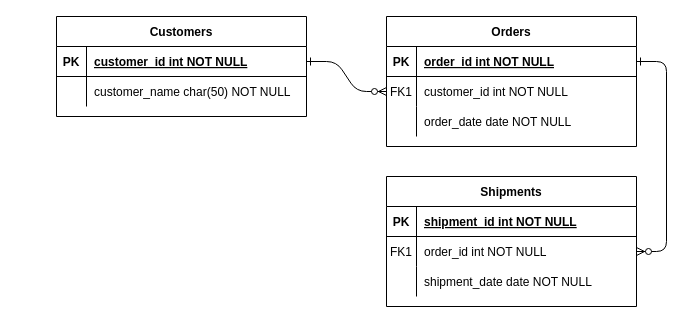
Before: Untitled Diagram.drawio in DataeEngineerStudent/Data-Engineering-Project-I, a draw.io diagram. Source tidied: cells renumbered, new cells numbered last; positions are measured from the earlier drawing's top-left corner, leaving out a move shared by most shapes. Both pictures are drawn from the tidied source at 100%, with x=0, y=0 at pixel (56, 16).
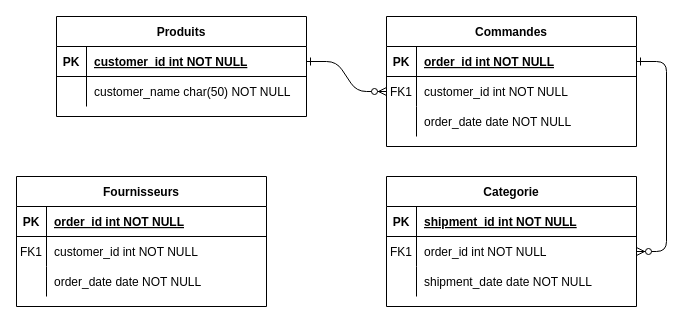
After the change.

What changed in the source:
```diff
@@
-    <mxCell id="4" value="Orders" style="shape=table;startSize=30;childLayout=tableLayout;rowLines=0;fontStyle=1;align=center;" parent="1" vertex="1">
+    <mxCell id="4" value="Commandes" style="shape=table;startSize=30;childLayout=tableLayout;rowLines=0;fontStyle=1;align=center;" parent="1" vertex="1">
       <mxGeometry x="330" width="250" height="130" as="geometry" />
     </mxCell>
@@
-    <mxCell id="14" value="Shipments" style="shape=table;startSize=30;childLayout=tableLayout;rowLines=0;fontStyle=1;align=center;" parent="1" vertex="1">
+    <mxCell id="14" value="Categorie" style="shape=table;startSize=30;childLayout=tableLayout;rowLines=0;fontStyle=1;align=center;" parent="1" vertex="1">
       <mxGeometry x="330" y="160" width="250" height="130" as="geometry" />
     </mxCell>
@@
-    <mxCell id="24" value="Customers" style="shape=table;startSize=30;childLayout=tableLayout;rowLines=0;fontStyle=1;align=center;" parent="1" vertex="1">
+    <mxCell id="24" value="Produits" style="shape=table;startSize=30;childLayout=tableLayout;rowLines=0;fontStyle=1;align=center;" parent="1" vertex="1">
       <mxGeometry width="250" height="100" as="geometry" />
     </mxCell>
@@
+    <mxCell id="31" value="Fournisseurs" style="shape=table;startSize=30;childLayout=tableLayout;rowLines=0;fontStyle=1;align=center;" parent="1" vertex="1">
+      <mxGeometry x="-40" y="160" width="250" height="130" as="geometry" />
+    </mxCell>
+    <mxCell id="32" style="shape=partialRectangle;fillColor=none;top=0;left=0;right=0;bottom=1;" parent="31" vertex="1">
+      <mxGeometry y="30" width="250" height="30" as="geometry" />
+    </mxCell>
+    <mxCell id="33" value="PK" style="shape=partialRectangle;overflow=hidden;fillColor=none;top=0;left=0;bottom=0;right=0;fontStyle=1;" parent="32" vertex="1">
+      <mxGeometry width="30" height="30" as="geometry" />
+    </mxCell>
+    <mxCell id="34" value="order_id int NOT NULL " style="shape=partialRectangle;overflow=hidden;fillColor=none;top=0;left=0;bottom=0;right=0;align=left;spacingLeft=6;fontStyle=5;" parent="32" vertex="1">
+      <mxGeometry x="30" width="220" height="30" as="geometry" />
+    </mxCell>
+    <mxCell id="35" style="shape=partialRectangle;fillColor=none;top=0;left=0;right=0;bottom=0;" parent="31" vertex="1">
+      <mxGeometry y="60" width="250" height="30" as="geometry" />
+    </mxCell>
+    <mxCell id="36" value="FK1" style="shape=partialRectangle;overflow=hidden;fillColor=none;top=0;left=0;bottom=0;right=0;" parent="35" vertex="1">
+      <mxGeometry width="30" height="30" as="geometry" />
+    </mxCell>
+    <mxCell id="37" value="customer_id int NOT NULL" style="shape=partialRectangle;overflow=hidden;fillColor=none;top=0;left=0;bottom=0;right=0;align=left;spacingLeft=6;" parent="35" vertex="1">
+      <mxGeometry x="30" width="220" height="30" as="geometry" />
+    </mxCell>
+    <mxCell id="38" style="shape=partialRectangle;fillColor=none;top=0;left=0;right=0;bottom=0;" parent="31" vertex="1">
+      <mxGeometry y="90" width="250" height="30" as="geometry" />
+    </mxCell>
+    <mxCell id="39" style="shape=partialRectangle;overflow=hidden;fillColor=none;top=0;left=0;bottom=0;right=0;" parent="38" vertex="1">
+      <mxGeometry width="30" height="30" as="geometry" />
+    </mxCell>
+    <mxCell id="40" value="order_date date NOT NULL" style="shape=partialRectangle;overflow=hidden;fillColor=none;top=0;left=0;bottom=0;right=0;align=left;spacingLeft=6;" parent="38" vertex="1">
+      <mxGeometry x="30" width="220" height="30" as="geometry" />
+    </mxCell>
```
